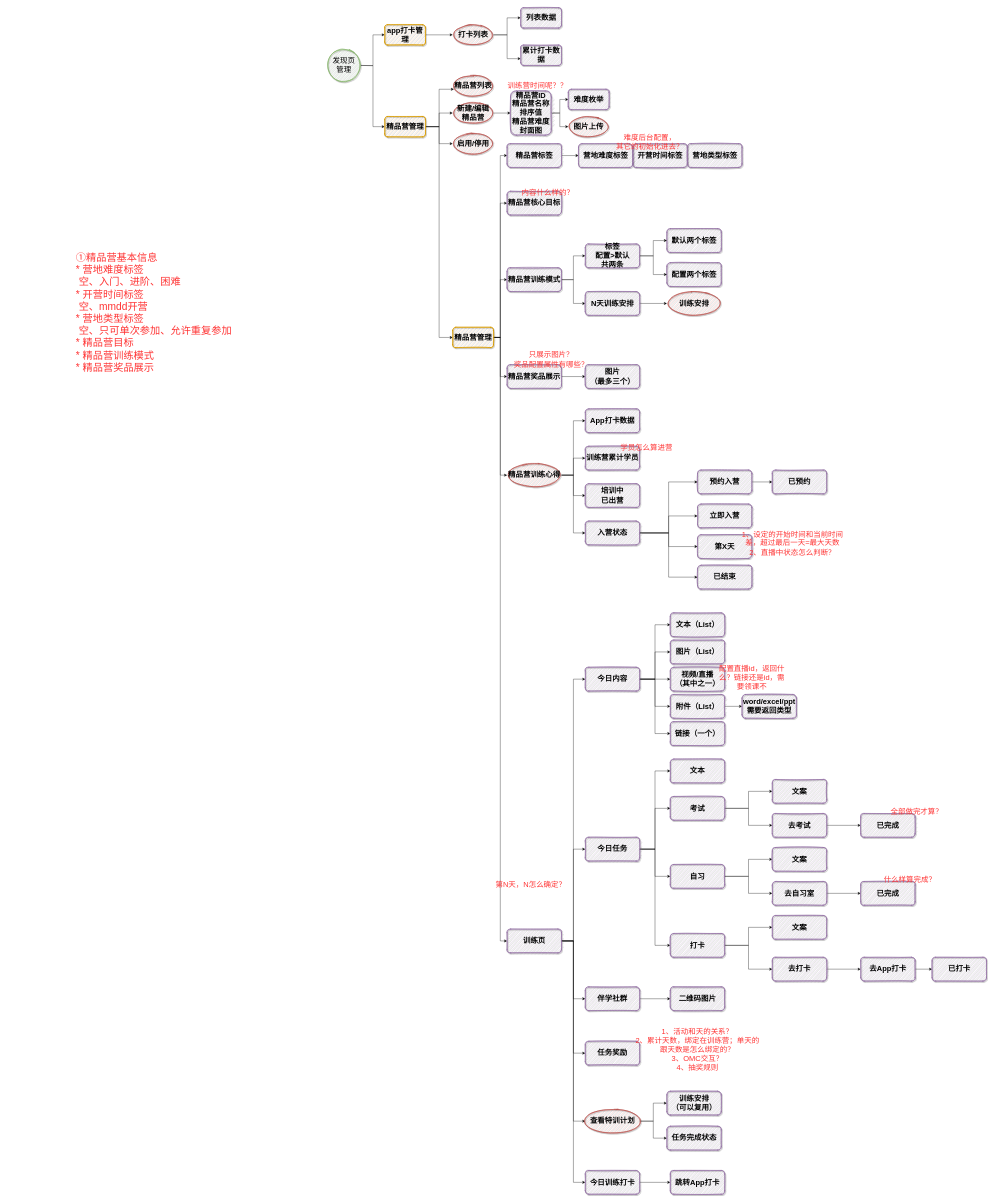
This is 570.drawio from me-Minion/draw, a draw.io file, before an edit. Source tidied: cells renumbered, new cells numbered last; positions are measured from the earlier drawing's top-left corner, leaving out a move shared by most shapes. Both pictures are drawn from the tidied source at 34%, with x=0, y=0 at pixel (75, 7).
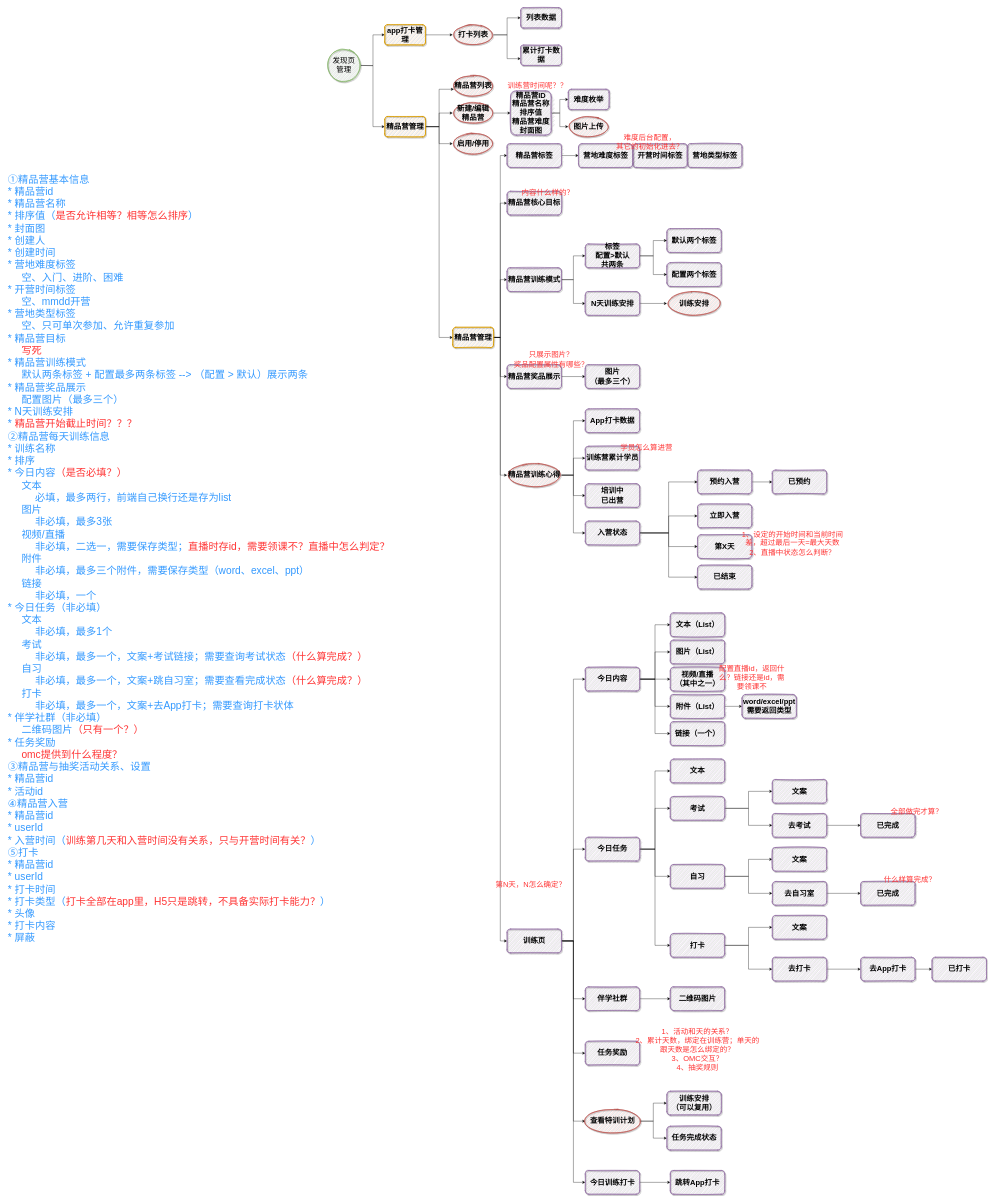
The same page after the edit.

Change to the diagram source:
```diff
@@
-    <mxCell id="145" value="&lt;font style=&quot;font-size: 30px&quot;&gt;①精品营基本信息&lt;br&gt;* 营地难度标签&lt;br&gt;&lt;span style=&quot;white-space: pre&quot;&gt; &lt;/span&gt;空、入门、进阶、困难&lt;br&gt;* 开营时间标签&lt;br&gt;&lt;span style=&quot;white-space: pre&quot;&gt; &lt;/span&gt;空、mmdd开营&lt;br&gt;* 营地类型标签&lt;br&gt;&lt;span style=&quot;white-space: pre&quot;&gt; &lt;/span&gt;空、只可单次参加、允许重复参加&lt;br&gt;* 精品营目标&lt;br&gt;* 精品营训练模式&lt;br&gt;* 精品营奖品展示&lt;br&gt;&lt;/font&gt;" style="text;html=1;strokeColor=none;fillColor=none;align=left;verticalAlign=top;whiteSpace=wrap;rounded=0;shadow=1;sketch=1;fontSize=22;fontColor=#FF3333;" parent="1" vertex="1">
-      <mxGeometry y="710" width="820" height="1230" as="geometry" />
+    <mxCell id="145" value="&lt;font&gt;&lt;font color=&quot;#3399ff&quot; style=&quot;font-size: 30px&quot;&gt;①精品营基本信息&lt;br&gt;&lt;/font&gt;&lt;span style=&quot;color: rgb(51 , 153 , 255) ; font-size: 30px&quot;&gt;* 精品营id&lt;br&gt;&lt;/span&gt;&lt;span style=&quot;color: rgb(51 , 153 , 255) ; font-size: 30px&quot;&gt;* 精品营名称&lt;br&gt;&lt;/span&gt;&lt;span style=&quot;color: rgb(51 , 153 , 255) ; font-size: 30px&quot;&gt;* 排序值（&lt;/span&gt;&lt;span style=&quot;font-size: 30px&quot;&gt;是否允许相等？相等怎么排序&lt;/span&gt;&lt;span style=&quot;color: rgb(51 , 153 , 255) ; font-size: 30px&quot;&gt;）&lt;br&gt;&lt;/span&gt;&lt;span style=&quot;color: rgb(51 , 153 , 255) ; font-size: 30px&quot;&gt;* 封面图&lt;br&gt;&lt;/span&gt;&lt;span style=&quot;color: rgb(51 , 153 , 255) ; font-size: 30px&quot;&gt;* 创建人&lt;br&gt;&lt;/span&gt;&lt;span style=&quot;color: rgb(51 , 153 , 255) ; font-size: 30px&quot;&gt;* 创建时间&lt;/span&gt;&lt;br&gt;&lt;font color=&quot;#3399ff&quot; style=&quot;font-size: 30px&quot;&gt;* 营地难度标签&lt;/font&gt;&lt;br&gt;&lt;span style=&quot;font-size: 30px ; color: rgb(51 , 153 , 255)&quot;&gt; &lt;/span&gt;&lt;/font&gt;&lt;blockquote style=&quot;margin: 0 0 0 40px ; border: none ; padding: 0px&quot;&gt;&lt;font&gt;&lt;font color=&quot;#3399ff&quot; style=&quot;font-size: 30px&quot;&gt;空、入门、进阶、困难&lt;/font&gt;&lt;/font&gt;&lt;/blockquote&gt;&lt;font&gt;&lt;font color=&quot;#3399ff&quot; style=&quot;font-size: 30px&quot;&gt;* 开营时间标签&lt;/font&gt;&lt;br&gt;&lt;span style=&quot;font-size: 30px ; color: rgb(51 , 153 , 255)&quot;&gt; &lt;/span&gt;&lt;/font&gt;&lt;blockquote style=&quot;margin: 0 0 0 40px ; border: none ; padding: 0px&quot;&gt;&lt;font&gt;&lt;font color=&quot;#3399ff&quot; style=&quot;font-size: 30px&quot;&gt;空、mmdd开营&lt;/font&gt;&lt;/font&gt;&lt;/blockquote&gt;&lt;font&gt;&lt;font color=&quot;#3399ff&quot; style=&quot;font-size: 30px&quot;&gt;* 营地类型标签&lt;/font&gt;&lt;br&gt;&lt;span style=&quot;font-size: 30px ; color: rgb(51 , 153 , 255)&quot;&gt; &lt;/span&gt;&lt;/font&gt;&lt;blockquote style=&quot;margin: 0 0 0 40px ; border: none ; padding: 0px&quot;&gt;&lt;font&gt;&lt;font color=&quot;#3399ff&quot; style=&quot;font-size: 30px&quot;&gt;空、只可单次参加、允许重复参加&lt;/font&gt;&lt;/font&gt;&lt;/blockquote&gt;&lt;font&gt;&lt;font color=&quot;#3399ff&quot; style=&quot;font-size: 30px&quot;&gt;* 精品营目标&lt;/font&gt;&lt;br&gt;&lt;span style=&quot;font-size: 30px ; color: rgb(51 , 153 , 255)&quot;&gt; &lt;/span&gt;&lt;/font&gt;&lt;blockquote style=&quot;margin: 0 0 0 40px ; border: none ; padding: 0px&quot;&gt;&lt;font&gt;&lt;span style=&quot;font-size: 30px&quot;&gt;写死&lt;/span&gt;&lt;/font&gt;&lt;/blockquote&gt;&lt;font&gt;&lt;font color=&quot;#3399ff&quot; style=&quot;font-size: 30px&quot;&gt;* 精品营训练模式&lt;br&gt;&lt;/font&gt;&lt;span style=&quot;font-size: 30px&quot;&gt; &lt;/span&gt;&lt;/font&gt;&lt;blockquote style=&quot;margin: 0 0 0 40px ; border: none ; padding: 0px&quot;&gt;&lt;font&gt;&lt;font color=&quot;#3399ff&quot; style=&quot;font-size: 30px&quot;&gt;默认两条标签 + 配置最多两条标签 --&amp;gt; （配置 &amp;gt; 默认）展示两条&lt;/font&gt;&lt;/font&gt;&lt;/blockquote&gt;&lt;font&gt;&lt;font color=&quot;#3399ff&quot; style=&quot;font-size: 30px&quot;&gt;* 精品营奖品展示&lt;br&gt;&lt;/font&gt;&lt;span style=&quot;font-size: 30px&quot;&gt; &lt;/span&gt;&lt;/font&gt;&lt;blockquote style=&quot;margin: 0 0 0 40px ; border: none ; padding: 0px&quot;&gt;&lt;font&gt;&lt;font color=&quot;#3399ff&quot; style=&quot;font-size: 30px&quot;&gt;配置图片（最多三个）&lt;/font&gt;&lt;/font&gt;&lt;/blockquote&gt;&lt;font&gt;&lt;font color=&quot;#3399ff&quot; style=&quot;font-size: 30px&quot;&gt;* N天训练安排&lt;br&gt;* &lt;/font&gt;&lt;span style=&quot;font-size: 30px&quot;&gt;精品营开始截止时间？？？&lt;/span&gt;&lt;br&gt;&lt;font color=&quot;#3399ff&quot; style=&quot;font-size: 30px&quot;&gt;②精品营每天训练信息&lt;br&gt;* 训练名称&lt;br&gt;* 排序&lt;br&gt;* 今日内容&lt;/font&gt;&lt;font style=&quot;font-size: 30px&quot;&gt;（是否必填？）&lt;br&gt;&lt;/font&gt;&lt;/font&gt;&lt;blockquote style=&quot;margin: 0 0 0 40px ; border: none ; padding: 0px&quot;&gt;&lt;font&gt;&lt;font color=&quot;#3399ff&quot; style=&quot;font-size: 30px&quot;&gt;文本&lt;/font&gt;&lt;/font&gt;&lt;/blockquote&gt;&lt;blockquote style=&quot;margin: 0 0 0 40px ; border: none ; padding: 0px&quot;&gt;&lt;blockquote style=&quot;margin: 0 0 0 40px ; border: none ; padding: 0px&quot;&gt;&lt;font color=&quot;#3399ff&quot;&gt;&lt;span style=&quot;font-size: 30px&quot;&gt;必填，最多两行，前端自己换行还是存为list&lt;/span&gt;&lt;/font&gt;&lt;/blockquote&gt;&lt;/blockquote&gt;&lt;blockquote style=&quot;margin: 0 0 0 40px ; border: none ; padding: 0px&quot;&gt;&lt;font color=&quot;#3399ff&quot;&gt;&lt;span style=&quot;font-size: 30px&quot;&gt;图片&lt;/span&gt;&lt;/font&gt;&lt;/blockquote&gt;&lt;blockquote style=&quot;margin: 0 0 0 40px ; border: none ; padding: 0px&quot;&gt;&lt;blockquote style=&quot;margin: 0 0 0 40px ; border: none ; padding: 0px&quot;&gt;&lt;font color=&quot;#3399ff&quot;&gt;&lt;span style=&quot;font-size: 30px&quot;&gt;非必填，最多3张&lt;/span&gt;&lt;/font&gt;&lt;/blockquote&gt;&lt;/blockquote&gt;&lt;blockquote style=&quot;margin: 0 0 0 40px ; border: none ; padding: 0px&quot;&gt;&lt;font color=&quot;#3399ff&quot;&gt;&lt;span style=&quot;font-size: 30px&quot;&gt;视频/直播&lt;/span&gt;&lt;/font&gt;&lt;/blockquote&gt;&lt;blockquote style=&quot;margin: 0 0 0 40px ; border: none ; padding: 0px&quot;&gt;&lt;blockquote style=&quot;margin: 0 0 0 40px ; border: none ; padding: 0px&quot;&gt;&lt;span style=&quot;font-size: 30px&quot;&gt;&lt;font color=&quot;#3399ff&quot;&gt;非必填，二选一，需要保存类型；&lt;/font&gt;直播时存id，需要领课不？直播中怎么判定？&lt;/span&gt;&lt;/blockquote&gt;&lt;/blockquote&gt;&lt;blockquote style=&quot;margin: 0 0 0 40px ; border: none ; padding: 0px&quot;&gt;&lt;font color=&quot;#3399ff&quot;&gt;&lt;span style=&quot;font-size: 30px&quot;&gt;附件&lt;/span&gt;&lt;/font&gt;&lt;/blockquote&gt;&lt;blockquote style=&quot;margin: 0 0 0 40px ; border: none ; padding: 0px&quot;&gt;&lt;blockquote style=&quot;margin: 0 0 0 40px ; border: none ; padding: 0px&quot;&gt;&lt;font color=&quot;#3399ff&quot;&gt;&lt;span style=&quot;font-size: 30px&quot;&gt;非必填，最多三个附件，需要保存类型（word、excel、ppt）&lt;/span&gt;&lt;/font&gt;&lt;/blockquote&gt;&lt;/blockquote&gt;&lt;blockquote style=&quot;margin: 0 0 0 40px ; border: none ; padding: 0px&quot;&gt;&lt;font color=&quot;#3399ff&quot;&gt;&lt;span style=&quot;font-size: 30px&quot;&gt;链接&lt;/span&gt;&lt;/font&gt;&lt;/blockquote&gt;&lt;blockquote style=&quot;margin: 0 0 0 40px ; border: none ; padding: 0px&quot;&gt;&lt;blockquote style=&quot;margin: 0 0 0 40px ; border: none ; padding: 0px&quot;&gt;&lt;font color=&quot;#3399ff&quot;&gt;&lt;span style=&quot;font-size: 30px&quot;&gt;非必填，一个&lt;/span&gt;&lt;/font&gt;&lt;/blockquote&gt;&lt;/blockquote&gt;&lt;font&gt;&lt;font color=&quot;#3399ff&quot; style=&quot;font-size: 30px&quot;&gt;* 今日任务（非必填）&lt;br&gt;&lt;/font&gt;&lt;/font&gt;&lt;blockquote style=&quot;margin: 0 0 0 40px ; border: none ; padding: 0px&quot;&gt;&lt;font&gt;&lt;font color=&quot;#3399ff&quot; style=&quot;font-size: 30px&quot;&gt;文本&lt;/font&gt;&lt;/font&gt;&lt;/blockquote&gt;&lt;blockquote style=&quot;margin: 0 0 0 40px ; border: none ; padding: 0px&quot;&gt;&lt;blockquote style=&quot;margin: 0 0 0 40px ; border: none ; padding: 0px&quot;&gt;&lt;font&gt;&lt;font color=&quot;#3399ff&quot; style=&quot;font-size: 30px&quot;&gt;非必填，最多1个&lt;/font&gt;&lt;/font&gt;&lt;/blockquote&gt;&lt;/blockquote&gt;&lt;blockquote style=&quot;margin: 0 0 0 40px ; border: none ; padding: 0px&quot;&gt;&lt;font&gt;&lt;font color=&quot;#3399ff&quot; style=&quot;font-size: 30px&quot;&gt;考试&lt;/font&gt;&lt;/font&gt;&lt;/blockquote&gt;&lt;blockquote style=&quot;margin: 0 0 0 40px ; border: none ; padding: 0px&quot;&gt;&lt;blockquote style=&quot;margin: 0 0 0 40px ; border: none ; padding: 0px&quot;&gt;&lt;font&gt;&lt;font color=&quot;#3399ff&quot; style=&quot;font-size: 30px&quot;&gt;非必填，最多一个，文案+考试链接；需要查询考试状态&lt;/font&gt;&lt;font style=&quot;font-size: 30px&quot;&gt;（什么算完成？）&lt;/font&gt;&lt;/font&gt;&lt;/blockquote&gt;&lt;/blockquote&gt;&lt;blockquote style=&quot;margin: 0 0 0 40px ; border: none ; padding: 0px&quot;&gt;&lt;font&gt;&lt;font color=&quot;#3399ff&quot; style=&quot;font-size: 30px&quot;&gt;自习&lt;/font&gt;&lt;/font&gt;&lt;/blockquote&gt;&lt;blockquote style=&quot;margin: 0 0 0 40px ; border: none ; padding: 0px&quot;&gt;&lt;blockquote style=&quot;margin: 0 0 0 40px ; border: none ; padding: 0px&quot;&gt;&lt;font&gt;&lt;font color=&quot;#3399ff&quot; style=&quot;font-size: 30px&quot;&gt;非必填，最多一个，文案+跳自习室；需要查看完成状态&lt;/font&gt;&lt;/font&gt;&lt;span style=&quot;font-size: 30px&quot;&gt;（什么算完成？）&lt;/span&gt;&lt;/blockquote&gt;&lt;/blockquote&gt;&lt;blockquote style=&quot;margin: 0 0 0 40px ; border: none ; padding: 0px&quot;&gt;&lt;font&gt;&lt;font color=&quot;#3399ff&quot; style=&quot;font-size: 30px&quot;&gt;打卡&lt;/font&gt;&lt;/font&gt;&lt;/blockquote&gt;&lt;blockquote style=&quot;margin: 0 0 0 40px ; border: none ; padding: 0px&quot;&gt;&lt;blockquote style=&quot;margin: 0 0 0 40px ; border: none ; padding: 0px&quot;&gt;&lt;font color=&quot;#3399ff&quot;&gt;&lt;span style=&quot;font-size: 30px&quot;&gt;非必填，最多一个，文案+去App打卡；需要查询打卡状体&lt;/span&gt;&lt;/font&gt;&lt;/blockquote&gt;&lt;/blockquote&gt;&lt;font&gt;&lt;font color=&quot;#3399ff&quot; style=&quot;font-size: 30px&quot;&gt;* 伴学社群（非必填）&lt;br&gt;&lt;/font&gt;&lt;/font&gt;&lt;blockquote style=&quot;margin: 0 0 0 40px ; border: none ; padding: 0px&quot;&gt;&lt;font&gt;&lt;font color=&quot;#3399ff&quot; style=&quot;font-size: 30px&quot;&gt;二维码图片&lt;/font&gt;&lt;span style=&quot;font-size: 30px&quot;&gt;（只有一个？）&lt;/span&gt;&lt;/font&gt;&lt;/blockquote&gt;&lt;font&gt;&lt;font color=&quot;#3399ff&quot; style=&quot;font-size: 30px&quot;&gt;* 任务奖励&lt;br&gt;&lt;/font&gt;&lt;/font&gt;&lt;blockquote style=&quot;margin: 0 0 0 40px ; border: none ; padding: 0px&quot;&gt;&lt;font&gt;&lt;span style=&quot;font-size: 30px&quot;&gt;omc提供到什么程度？&lt;/span&gt;&lt;/font&gt;&lt;/blockquote&gt;&lt;font&gt;&lt;font color=&quot;#3399ff&quot; style=&quot;font-size: 30px&quot;&gt;③精品营与抽奖活动关系、设置&lt;br&gt;* 精品营id&lt;br&gt;* 活动id&lt;br&gt;④精品营入营&lt;br&gt;* 精品营id&lt;br&gt;* userId&lt;br&gt;* 入营时间（&lt;/font&gt;&lt;font style=&quot;font-size: 30px&quot;&gt;训练第几天和入营时间没有关系，只与开营时间有关？&lt;/font&gt;&lt;font color=&quot;#3399ff&quot; style=&quot;font-size: 30px&quot;&gt;）&lt;br&gt;&lt;/font&gt;&lt;span style=&quot;color: rgb(51 , 153 , 255) ; font-size: 30px&quot;&gt;⑤打卡&lt;br&gt;&lt;/span&gt;&lt;font color=&quot;#3399ff&quot; style=&quot;font-size: 30px&quot;&gt;* 精品营id&lt;br&gt;* userId&lt;br&gt;* 打卡时间&lt;br&gt;* 打卡类型（&lt;/font&gt;&lt;font style=&quot;font-size: 30px&quot;&gt;打卡全部在app里，H5只是跳转，不具备实际打卡能力？&lt;/font&gt;&lt;font color=&quot;#3399ff&quot; style=&quot;font-size: 30px&quot;&gt;）&lt;br&gt;* 头像&lt;br&gt;* 打卡内容&lt;br&gt;* 屏蔽&lt;br&gt;&lt;/font&gt;&lt;br&gt;&lt;div&gt;&lt;span style=&quot;font-size: 30px&quot;&gt;&lt;br&gt;&lt;/span&gt;&lt;/div&gt;&lt;br&gt;&lt;br&gt;&lt;/font&gt;" style="text;html=1;strokeColor=none;fillColor=none;align=left;verticalAlign=top;whiteSpace=wrap;rounded=0;shadow=1;sketch=1;fontSize=22;fontColor=#FF3333;" parent="1" vertex="1">
+      <mxGeometry x="-200" y="480" width="1400" height="2410" as="geometry" />
     </mxCell>
```
